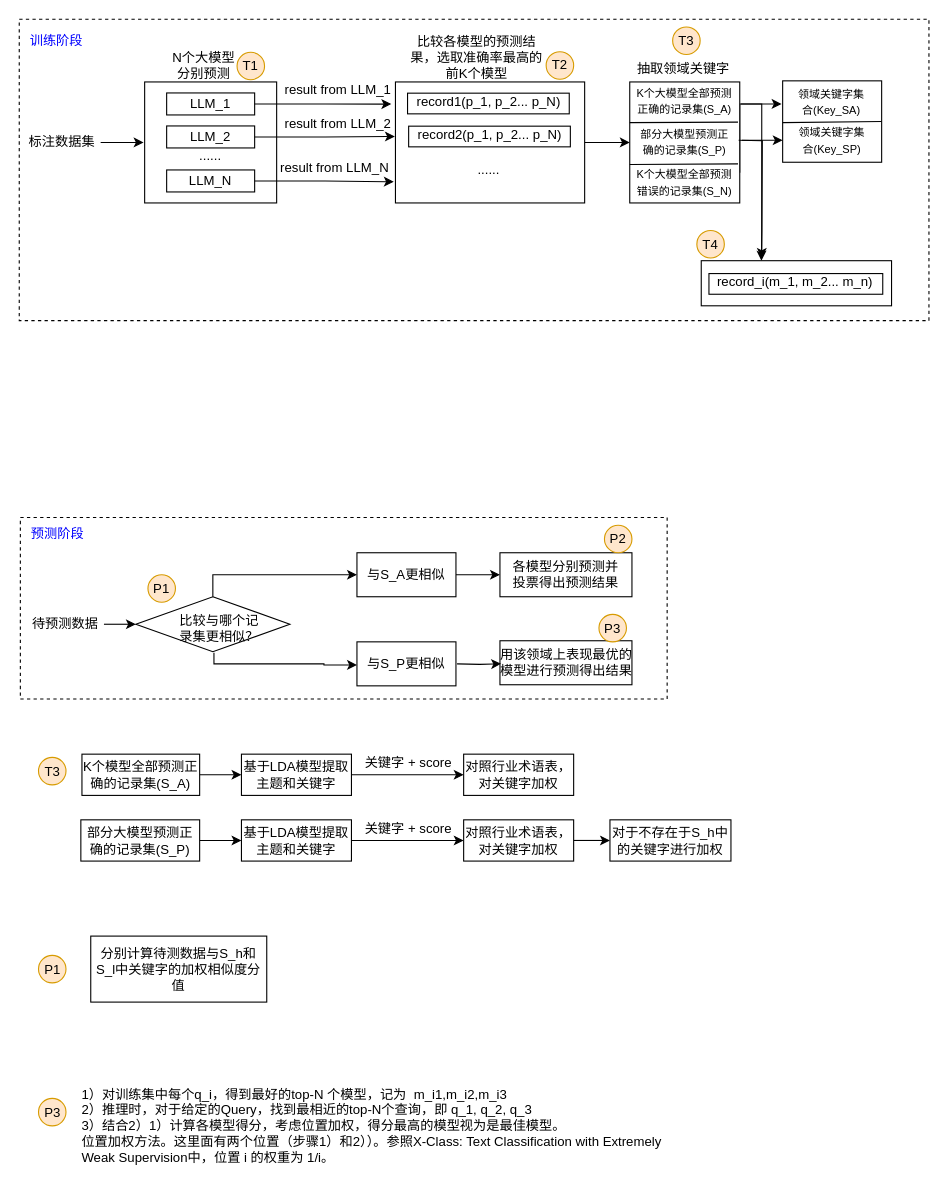
Above: patent_模型结果集成.drawio in CindyZX/drawio_figures (draw.io), before the change. Source tidied: cells renumbered, new cells numbered last; positions are measured from the earlier drawing's top-left corner, leaving out a move shared by most shapes. Both pictures are drawn from the tidied source at 110%, with x=0, y=0 at pixel (19, 19).
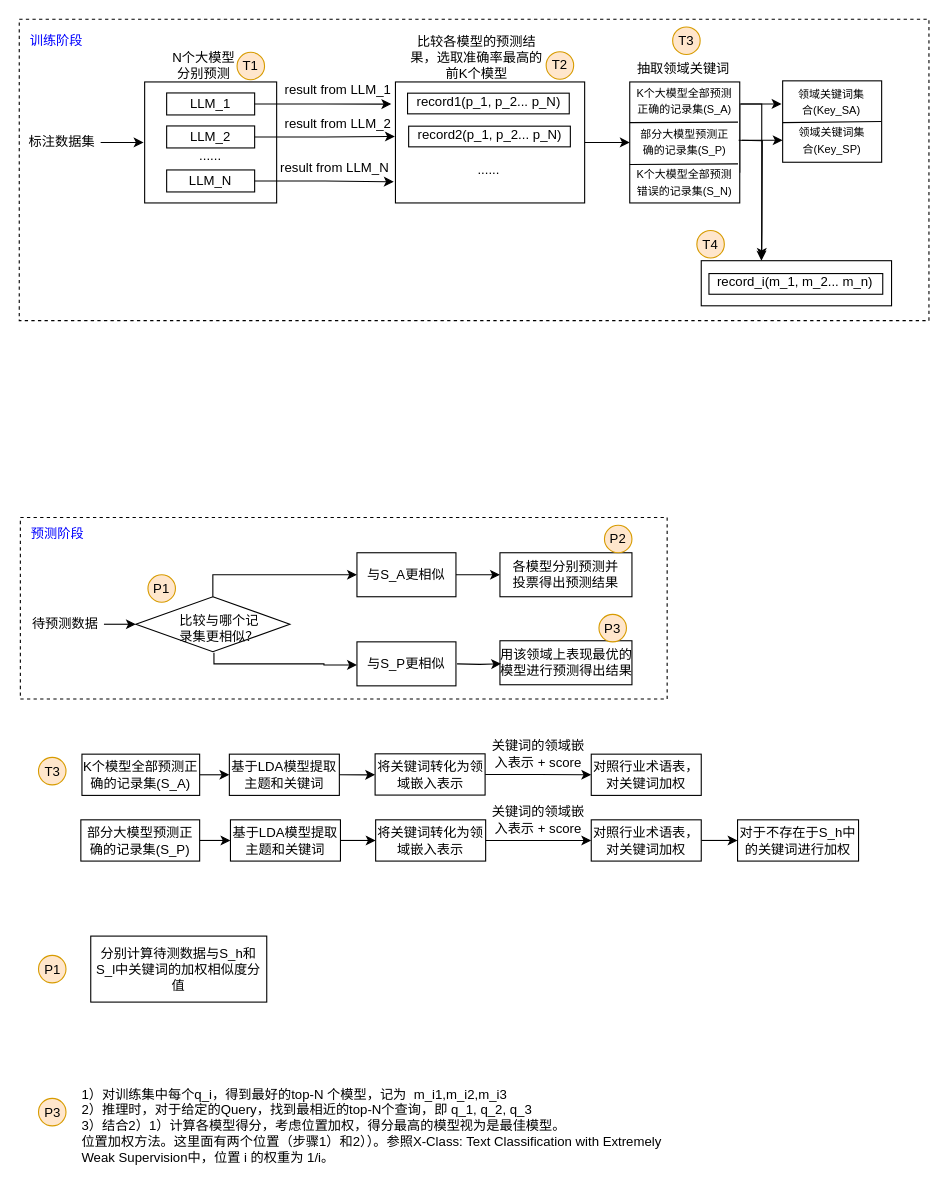
After the change.

Commit message:
更新patent_模型结果集成.drawio

What changed in the source:
```diff
@@
-    <mxCell id="37" value="&lt;font style=&quot;font-size: 10px;&quot;&gt;领域关键字集合(Key_SA)&lt;/font&gt;" style="text;html=1;align=center;verticalAlign=middle;whiteSpace=wrap;rounded=0;" parent="1" vertex="1">
+    <mxCell id="37" value="&lt;font style=&quot;font-size: 10px;&quot;&gt;领域关键词集合(Key_SA)&lt;/font&gt;" style="text;html=1;align=center;verticalAlign=middle;whiteSpace=wrap;rounded=0;" parent="1" vertex="1">
       <mxGeometry x="707" y="60" width="63" height="30" as="geometry" />
     </mxCell>
-    <mxCell id="38" value="&lt;font style=&quot;font-size: 10px;&quot;&gt;领域关键字集合(Key_SP)&lt;/font&gt;" style="text;html=1;align=center;verticalAlign=middle;whiteSpace=wrap;rounded=0;" parent="1" vertex="1">
+    <mxCell id="38" value="&lt;font style=&quot;font-size: 10px;&quot;&gt;领域关键词集合(Key_SP)&lt;/font&gt;" style="text;html=1;align=center;verticalAlign=middle;whiteSpace=wrap;rounded=0;" parent="1" vertex="1">
       <mxGeometry x="703.5" y="95" width="70" height="30" as="geometry" />
     </mxCell>
@@
-    <mxCell id="48" value="抽取领域关键字" style="text;html=1;align=center;verticalAlign=middle;whiteSpace=wrap;rounded=0;" parent="1" vertex="1">
+    <mxCell id="48" value="抽取领域关键词" style="text;html=1;align=center;verticalAlign=middle;whiteSpace=wrap;rounded=0;" parent="1" vertex="1">
       <mxGeometry x="559" y="30" width="90" height="30" as="geometry" />
     </mxCell>
@@
-    <mxCell id="61" style="edgeStyle=orthogonalEdgeStyle;rounded=0;jettySize=auto;html=1;exitX=1;exitY=0.5;exitDx=0;exitDy=0;entryX=0;entryY=0.5;entryDx=0;entryDy=0;" parent="1" edge="1" source="62" target="63">
+    <mxCell id="61" style="edgeStyle=orthogonalEdgeStyle;rounded=0;jettySize=auto;html=1;exitX=1;exitY=0.5;exitDx=0;exitDy=0;entryX=0;entryY=0.5;entryDx=0;entryDy=0;" parent="1" edge="1" source="93" target="63">
       <mxGeometry relative="1" as="geometry" />
     </mxCell>
-    <mxCell id="62" value="基于LDA模型提取主题和关键字" style="rounded=0;whiteSpace=wrap;html=1;" parent="1" vertex="1">
-      <mxGeometry x="202" y="668.1" width="100" height="37.5" as="geometry" />
+    <mxCell id="62" value="基于LDA模型提取主题和关键词" style="rounded=0;whiteSpace=wrap;html=1;" parent="1" vertex="1">
+      <mxGeometry x="191" y="668.1" width="100" height="37.5" as="geometry" />
     </mxCell>
-    <mxCell id="63" value="对照行业术语表，对关键字加权" style="rounded=0;whiteSpace=wrap;html=1;" parent="1" vertex="1">
-      <mxGeometry x="404" y="668.1" width="100" height="37.5" as="geometry" />
+    <mxCell id="63" value="对照行业术语表，对关键词加权" style="rounded=0;whiteSpace=wrap;html=1;" parent="1" vertex="1">
+      <mxGeometry x="520" y="668.1" width="100" height="37.5" as="geometry" />
     </mxCell>
-    <mxCell id="64" value="关键字 + score" style="text;html=1;align=center;verticalAlign=middle;whiteSpace=wrap;rounded=0;" parent="1" vertex="1">
-      <mxGeometry x="309" y="661.4" width="90" height="30" as="geometry" />
+    <mxCell id="64" value="关键词的领域嵌入表示 + score" style="text;html=1;align=center;verticalAlign=middle;whiteSpace=wrap;rounded=0;" parent="1" vertex="1">
+      <mxGeometry x="427" y="653" width="90" height="30" as="geometry" />
     </mxCell>
@@
-    <mxCell id="67" style="edgeStyle=orthogonalEdgeStyle;rounded=0;jettySize=auto;html=1;exitX=1;exitY=0.5;exitDx=0;exitDy=0;entryX=0;entryY=0.5;entryDx=0;entryDy=0;" parent="1" edge="1" source="68" target="70">
+    <mxCell id="67" style="edgeStyle=orthogonalEdgeStyle;rounded=0;jettySize=auto;html=1;exitX=1;exitY=0.5;exitDx=0;exitDy=0;entryX=0;entryY=0.5;entryDx=0;entryDy=0;" parent="1" edge="1" source="68" target="95">
       <mxGeometry relative="1" as="geometry" />
     </mxCell>
-    <mxCell id="68" value="基于LDA模型提取主题和关键字" style="rounded=0;whiteSpace=wrap;html=1;" parent="1" vertex="1">
-      <mxGeometry x="202" y="727.8" width="100" height="37.5" as="geometry" />
+    <mxCell id="68" value="基于LDA模型提取主题和关键词" style="rounded=0;whiteSpace=wrap;html=1;" parent="1" vertex="1">
+      <mxGeometry x="192" y="727.8" width="100" height="37.5" as="geometry" />
     </mxCell>
@@
-    <mxCell id="70" value="对照行业术语表，对关键字加权" style="rounded=0;whiteSpace=wrap;html=1;" parent="1" vertex="1">
-      <mxGeometry x="404" y="727.8" width="100" height="37.5" as="geometry" />
+    <mxCell id="70" value="对照行业术语表，对关键词加权" style="rounded=0;whiteSpace=wrap;html=1;" parent="1" vertex="1">
+      <mxGeometry x="520" y="727.8" width="100" height="37.5" as="geometry" />
     </mxCell>
-    <mxCell id="71" value="关键字 + score" style="text;html=1;align=center;verticalAlign=middle;whiteSpace=wrap;rounded=0;" parent="1" vertex="1">
-      <mxGeometry x="309" y="721" width="90" height="30" as="geometry" />
-    </mxCell>
@@
-    <mxCell id="74" value="对于不存在于S_h中的关键字进行加权" style="rounded=0;whiteSpace=wrap;html=1;" parent="1" vertex="1">
-      <mxGeometry x="537" y="727.8" width="110" height="37.5" as="geometry" />
+    <mxCell id="74" value="对于不存在于S_h中的关键词进行加权" style="rounded=0;whiteSpace=wrap;html=1;" parent="1" vertex="1">
+      <mxGeometry x="653" y="727.8" width="110" height="37.5" as="geometry" />
     </mxCell>
@@
-    <mxCell id="76" value="分别计算待测数据与S_h和S_l中关键字的加权相似度分值" style="rounded=0;whiteSpace=wrap;html=1;" parent="1" vertex="1">
+    <mxCell id="76" value="分别计算待测数据与S_h和S_l中关键词的加权相似度分值" style="rounded=0;whiteSpace=wrap;html=1;" parent="1" vertex="1">
       <mxGeometry x="65" y="833.5" width="160" height="60" as="geometry" />
     </mxCell>
@@
+    <mxCell id="92" style="edgeStyle=orthogonalEdgeStyle;rounded=0;jettySize=auto;html=1;exitX=1;exitY=0.5;exitDx=0;exitDy=0;entryX=0;entryY=0.5;entryDx=0;entryDy=0;" parent="1" edge="1" source="62" target="93">
+      <mxGeometry relative="1" as="geometry" />
+    </mxCell>
+    <mxCell id="93" value="将关键词转化为领域嵌入表示" style="rounded=0;whiteSpace=wrap;html=1;" parent="1" vertex="1">
+      <mxGeometry x="323.5" y="667.8" width="100" height="37.5" as="geometry" />
+    </mxCell>
+    <mxCell id="94" style="edgeStyle=orthogonalEdgeStyle;rounded=0;jettySize=auto;html=1;exitX=1;exitY=0.5;exitDx=0;exitDy=0;entryX=0;entryY=0.5;entryDx=0;entryDy=0;" parent="1" edge="1" source="95" target="70">
+      <mxGeometry relative="1" as="geometry" />
+    </mxCell>
+    <mxCell id="95" value="将关键词转化为领域嵌入表示" style="rounded=0;whiteSpace=wrap;html=1;" parent="1" vertex="1">
+      <mxGeometry x="324" y="727.8" width="100" height="37.5" as="geometry" />
+    </mxCell>
+    <mxCell id="96" value="关键词的领域嵌入表示 + score" style="text;html=1;align=center;verticalAlign=middle;whiteSpace=wrap;rounded=0;" parent="1" vertex="1">
+      <mxGeometry x="427" y="713" width="90" height="30" as="geometry" />
+    </mxCell>
```
